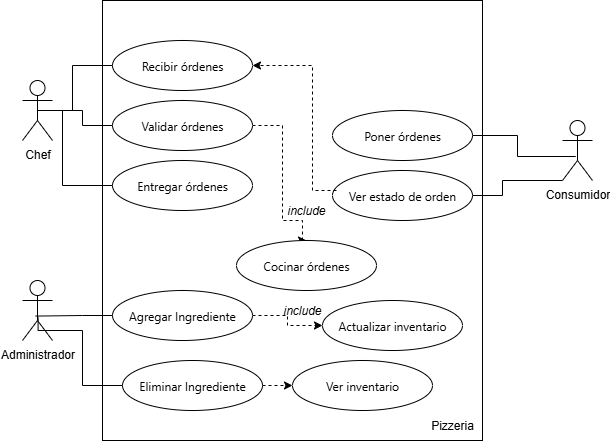
This is diagramas/DiagramaCaso_usos.drawio.png from holgOrub2912/principiosSOLID, a draw.io export, as it was before one commit. Source tidied: cells renumbered, new cells last; positions are measured from the earlier drawing's top-left corner, leaving out a move shared by most shapes.
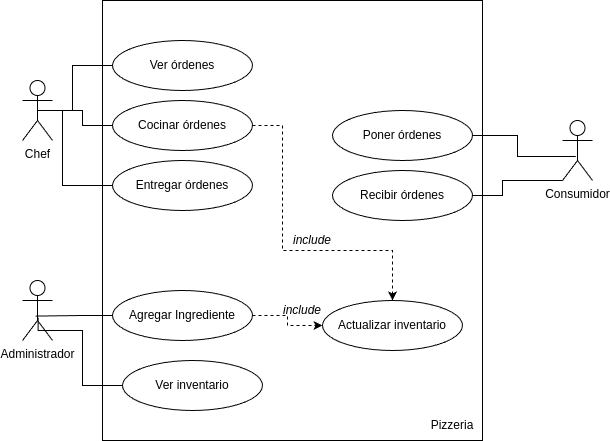
After the commit.

Commit message:
Actualizar diagrama de casos de uso.

What changed in the source:
```diff
@@ -14,20 +14,10 @@
     <mxCell id="5" style="rounded=0;whiteSpace=wrap;html=1;" parent="1" vertex="1">
       <mxGeometry x="80" width="380" height="440" as="geometry" />
     </mxCell>
-    <mxCell id="6" value="&lt;span style=&quot;font-family: Aptos, &amp;quot;Segoe UI&amp;quot;, &amp;quot;Helvetica Neue&amp;quot;, sans-serif; text-align: left; white-space-collapse: preserve;&quot;&gt;&lt;font&gt;Recibir órdenes&lt;/font&gt;&lt;/span&gt;" style="ellipse;whiteSpace=wrap;html=1;" parent="1" vertex="1">
+    <mxCell id="6" value="&lt;span style=&quot;font-family: Aptos, &amp;quot;Segoe UI&amp;quot;, &amp;quot;Helvetica Neue&amp;quot;, sans-serif; text-align: left; white-space-collapse: preserve;&quot;&gt;&lt;font&gt;Ver órdenes&lt;/font&gt;&lt;/span&gt;" style="ellipse;whiteSpace=wrap;html=1;" parent="1" vertex="1">
       <mxGeometry x="90" y="40" width="140" height="50" as="geometry" />
     </mxCell>
-    <mxCell id="7" style="edgeStyle=orthogonalEdgeStyle;rounded=0;jettySize=auto;html=1;exitX=1;exitY=0.5;exitDx=0;exitDy=0;dashed=1;entryX=0.5;entryY=0;entryDx=0;entryDy=0;" parent="1" edge="1" source="8" target="28">
-      <mxGeometry relative="1" as="geometry">
-        <Array as="points">
-          <mxPoint x="260" y="125" />
-          <mxPoint x="260" y="220" />
-          <mxPoint x="280" y="220" />
-          <mxPoint x="280" y="240" />
-        </Array>
-      </mxGeometry>
-    </mxCell>
-    <mxCell id="8" value="&lt;span style=&quot;font-family: Aptos, &amp;quot;Segoe UI&amp;quot;, &amp;quot;Helvetica Neue&amp;quot;, sans-serif; text-align: left; white-space-collapse: preserve;&quot;&gt;&lt;font&gt;Validar órdenes&lt;/font&gt;&lt;/span&gt;" style="ellipse;whiteSpace=wrap;html=1;" parent="1" vertex="1">
+    <mxCell id="8" value="&lt;span style=&quot;font-family: Aptos, &amp;quot;Segoe UI&amp;quot;, &amp;quot;Helvetica Neue&amp;quot;, sans-serif; text-align: left; white-space-collapse: preserve;&quot;&gt;&lt;font&gt;Cocinar órdenes&lt;/font&gt;&lt;/span&gt;" style="ellipse;whiteSpace=wrap;html=1;" parent="1" vertex="1">
       <mxGeometry x="90" y="100" width="140" height="50" as="geometry" />
     </mxCell>
     <mxCell id="9" value="&lt;span style=&quot;font-family: Aptos, &amp;quot;Segoe UI&amp;quot;, &amp;quot;Helvetica Neue&amp;quot;, sans-serif; text-align: left; white-space-collapse: preserve;&quot;&gt;&lt;font&gt;Entregar órdenes&lt;/font&gt;&lt;/span&gt;" style="ellipse;whiteSpace=wrap;html=1;" parent="1" vertex="1">
@@ -70,13 +60,10 @@
     <mxCell id="18" value="Pizzeria" style="text;html=1;align=center;verticalAlign=middle;whiteSpace=wrap;rounded=0;" parent="1" vertex="1">
       <mxGeometry x="400" y="410" width="60" height="30" as="geometry" />
     </mxCell>
-    <mxCell id="19" value="&lt;div style=&quot;text-align: left;&quot;&gt;&lt;span style=&quot;background-color: transparent; white-space-collapse: preserve;&quot;&gt;&lt;font face=&quot;Aptos, Segoe UI, Helvetica Neue, sans-serif&quot;&gt;Ver estado de orden&lt;/font&gt;&lt;/span&gt;&lt;/div&gt;" style="ellipse;whiteSpace=wrap;html=1;" parent="1" vertex="1">
+    <mxCell id="19" value="&lt;div style=&quot;text-align: left;&quot;&gt;&lt;span style=&quot;background-color: transparent; white-space-collapse: preserve;&quot;&gt;&lt;font face=&quot;Aptos, Segoe UI, Helvetica Neue, sans-serif&quot;&gt;Recibir órdenes&lt;/font&gt;&lt;/span&gt;&lt;/div&gt;" style="ellipse;whiteSpace=wrap;html=1;" parent="1" vertex="1">
       <mxGeometry x="310" y="170" width="140" height="50" as="geometry" />
     </mxCell>
-    <mxCell id="20" style="edgeStyle=orthogonalEdgeStyle;rounded=0;jettySize=auto;html=1;exitX=1;exitY=0.5;exitDx=0;exitDy=0;entryX=0;entryY=0.5;entryDx=0;entryDy=0;dashed=1;" parent="1" edge="1" source="21" target="29">
-      <mxGeometry relative="1" as="geometry" />
-    </mxCell>
-    <mxCell id="21" value="&lt;div style=&quot;text-align: left;&quot;&gt;&lt;font face=&quot;Aptos, Segoe UI, Helvetica Neue, sans-serif&quot;&gt;&lt;span style=&quot;white-space-collapse: preserve;&quot;&gt;Eliminar Ingrediente&lt;/span&gt;&lt;/font&gt;&lt;/div&gt;" style="ellipse;whiteSpace=wrap;html=1;" parent="1" vertex="1">
+    <mxCell id="21" value="&lt;div style=&quot;text-align: left;&quot;&gt;&lt;font face=&quot;Aptos, Segoe UI, Helvetica Neue, sans-serif&quot;&gt;&lt;span style=&quot;white-space-collapse: preserve;&quot;&gt;Ver inventario&lt;/span&gt;&lt;/font&gt;&lt;/div&gt;" style="ellipse;whiteSpace=wrap;html=1;" parent="1" vertex="1">
       <mxGeometry x="100" y="360" width="140" height="50" as="geometry" />
     </mxCell>
     <mxCell id="22" style="edgeStyle=orthogonalEdgeStyle;rounded=0;jettySize=auto;html=1;exitX=0;exitY=0.5;exitDx=0;exitDy=0;entryX=0.52;entryY=0.617;entryDx=0;entryDy=0;entryPerimeter=0;endArrow=none;endFill=0;" parent="1" edge="1" source="21" target="2">
@@ -99,25 +86,20 @@
         </Array>
       </mxGeometry>
     </mxCell>
-    <mxCell id="25" style="edgeStyle=orthogonalEdgeStyle;rounded=0;jettySize=auto;html=1;exitX=1;exitY=0;exitDx=0;exitDy=0;entryX=1;entryY=0.5;entryDx=0;entryDy=0;dashed=1;" parent="1" edge="1" source="26" target="6">
-      <mxGeometry relative="1" as="geometry">
-        <Array as="points">
-          <mxPoint x="290" y="190" />
-          <mxPoint x="290" y="65" />
-        </Array>
-      </mxGeometry>
-    </mxCell>
+    <mxCell id="27" value="&lt;i&gt;include&lt;/i&gt;" style="text;html=1;align=center;verticalAlign=middle;whiteSpace=wrap;rounded=0;" parent="1" vertex="1">
+      <mxGeometry x="250" y="290" width="60" height="40" as="geometry" />
+    </mxCell>
+    <mxCell id="30" style="edgeStyle=orthogonalEdgeStyle;rounded=0;jettySize=auto;html=1;exitX=1;exitY=0.5;exitDx=0;exitDy=0;dashed=1;" parent="1" edge="1" source="8" target="23">
+      <mxGeometry relative="1" as="geometry">
+        <Array as="points">
+          <mxPoint x="260" y="125" />
+          <mxPoint x="260" y="250" />
+          <mxPoint x="370" y="250" />
+        </Array>
+      </mxGeometry>
+    </mxCell>
     <mxCell id="26" value="&lt;i&gt;include&lt;/i&gt;" style="text;html=1;align=center;verticalAlign=middle;whiteSpace=wrap;rounded=0;" parent="1" vertex="1">
-      <mxGeometry x="254" y="190" width="60" height="40" as="geometry" />
+      <mxGeometry x="260" y="220" width="60" height="40" as="geometry" />
     </mxCell>
-    <mxCell id="27" value="&lt;i&gt;include&lt;/i&gt;" style="text;html=1;align=center;verticalAlign=middle;whiteSpace=wrap;rounded=0;" parent="1" vertex="1">
-      <mxGeometry x="250" y="290" width="60" height="40" as="geometry" />
-    </mxCell>
-    <mxCell id="28" value="&lt;div style=&quot;text-align: left;&quot;&gt;&lt;font face=&quot;Aptos, Segoe UI, Helvetica Neue, sans-serif&quot;&gt;&lt;span style=&quot;white-space-collapse: preserve;&quot;&gt;Cocinar órdenes&lt;/span&gt;&lt;/font&gt;&lt;/div&gt;" style="ellipse;whiteSpace=wrap;html=1;" parent="1" vertex="1">
-      <mxGeometry x="214" y="240" width="140" height="50" as="geometry" />
-    </mxCell>
-    <mxCell id="29" value="&lt;div style=&quot;text-align: left;&quot;&gt;&lt;font face=&quot;Aptos, Segoe UI, Helvetica Neue, sans-serif&quot;&gt;&lt;span style=&quot;white-space-collapse: preserve;&quot;&gt;Ver inventario&lt;/span&gt;&lt;/font&gt;&lt;/div&gt;" style="ellipse;whiteSpace=wrap;html=1;" parent="1" vertex="1">
-      <mxGeometry x="270" y="360" width="140" height="50" as="geometry" />
-    </mxCell>
   </root>
 </mxGraphModel>
```
